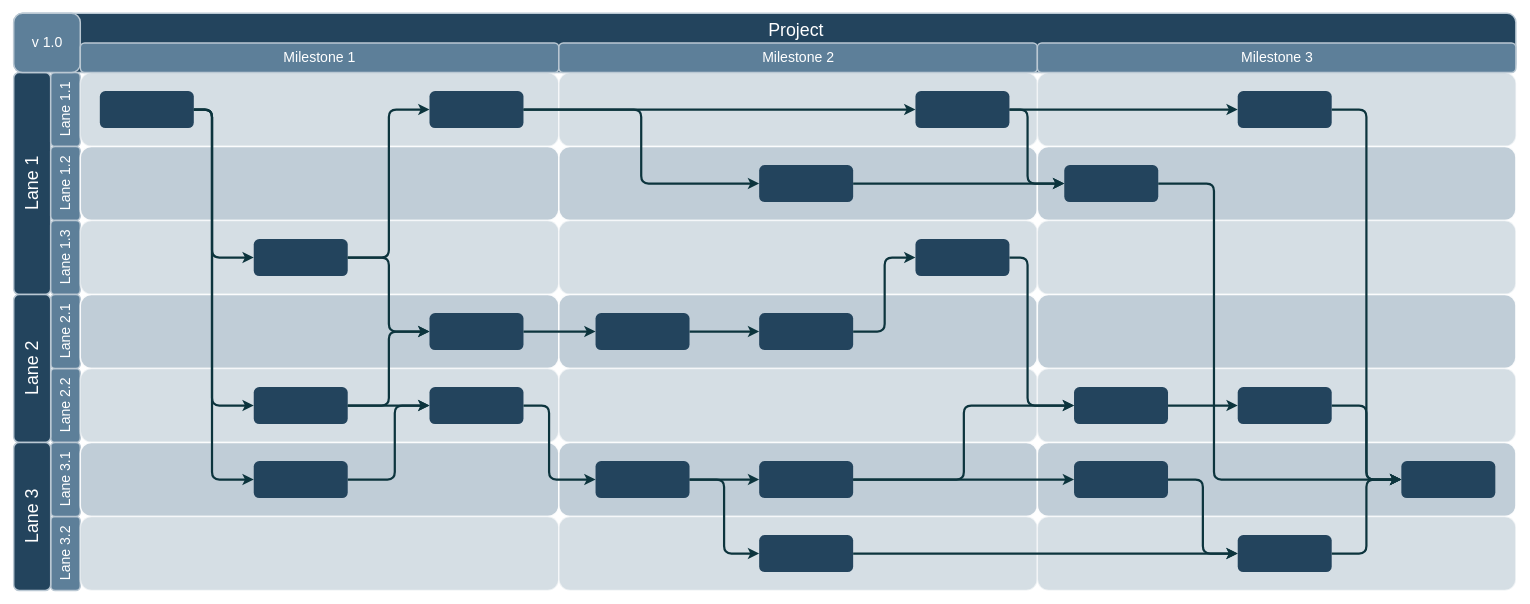
This is Untitled Diagram.drawio from aamccormack/diagram, a draw.io file, before an edit. Source tidied: cells renumbered, new cells numbered last; positions are measured from the earlier drawing's top-left corner, leaving out a move shared by most shapes. Both pictures are drawn from the tidied source at 74%, with x=0, y=0 at pixel (13, 13).
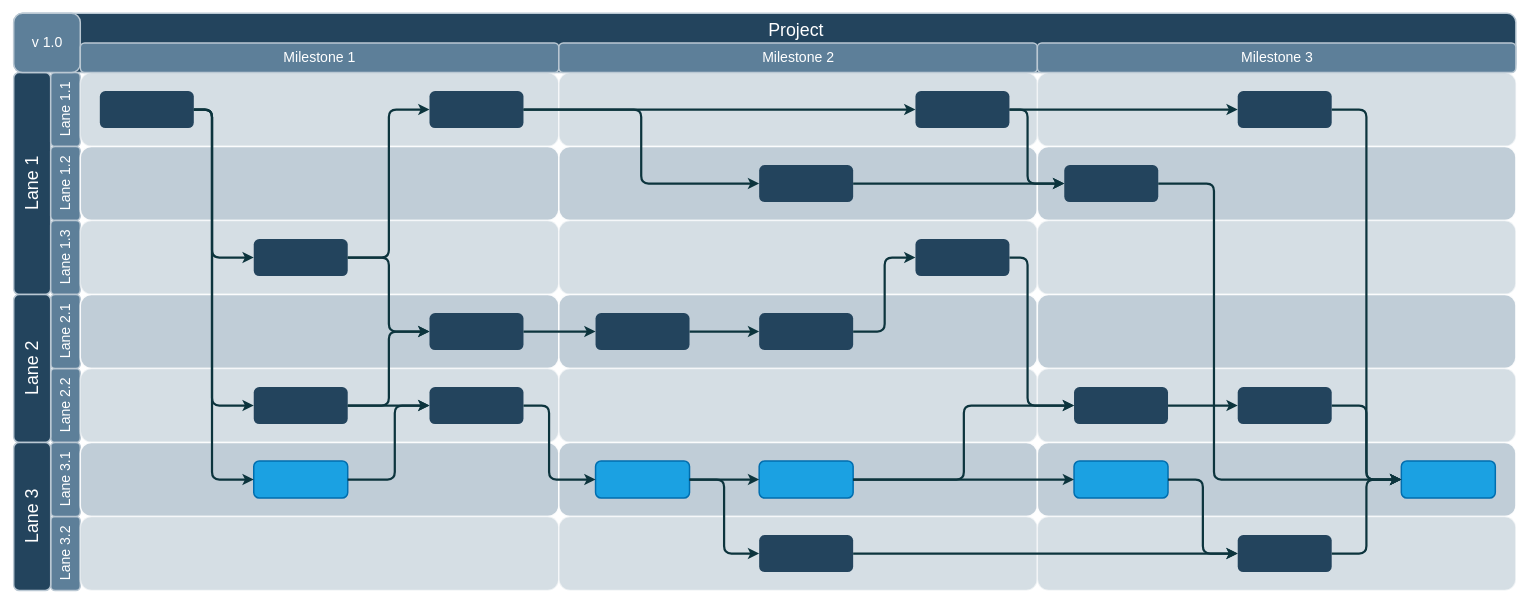
After the change.

Commit message:
colour_shift

Diff of the diagram source:
```diff
@@
-    <mxCell id="41" style="rounded=1;fillColor=#23445D;strokeColor=none;strokeWidth=2;fontFamily=Helvetica;html=1;gradientColor=none;" parent="1" vertex="1">
+    <mxCell id="41" style="rounded=1;fillColor=#1ba1e2;strokeColor=#006EAF;strokeWidth=2;fontFamily=Helvetica;html=1;fontColor=#ffffff;" parent="1" vertex="1">
       <mxGeometry x="324.4" y="605.5" width="127" height="50" as="geometry" />
     </mxCell>
@@
-    <mxCell id="45" style="rounded=1;fillColor=#23445D;strokeColor=none;strokeWidth=2;gradientColor=none;fontFamily=Helvetica;html=1;" parent="1" vertex="1">
+    <mxCell id="45" style="rounded=1;fillColor=#1ba1e2;strokeColor=#006EAF;strokeWidth=2;fontFamily=Helvetica;html=1;fontColor=#ffffff;" parent="1" vertex="1">
       <mxGeometry x="1875.2" y="605.5" width="127" height="50" as="geometry" />
     </mxCell>
@@
-    <mxCell id="48" style="rounded=1;fillColor=#23445D;strokeColor=none;strokeWidth=2;fontFamily=Helvetica;html=1;gradientColor=none;" parent="1" vertex="1">
+    <mxCell id="48" style="rounded=1;fillColor=#1ba1e2;strokeColor=#006EAF;strokeWidth=2;fontFamily=Helvetica;html=1;fontColor=#ffffff;" parent="1" vertex="1">
       <mxGeometry x="786.3" y="605.5" width="127" height="50" as="geometry" />
     </mxCell>
-    <mxCell id="49" style="rounded=1;fillColor=#23445D;strokeColor=none;strokeWidth=2;fontFamily=Helvetica;html=1;gradientColor=none;" parent="1" vertex="1">
+    <mxCell id="49" style="rounded=1;fillColor=#1ba1e2;strokeColor=#006EAF;strokeWidth=2;fontFamily=Helvetica;html=1;fontColor=#ffffff;" parent="1" vertex="1">
       <mxGeometry x="1007.4" y="605.5" width="127" height="50" as="geometry" />
     </mxCell>
@@
-    <mxCell id="55" style="rounded=1;fillColor=#23445D;strokeColor=none;strokeWidth=2;gradientColor=none;fontFamily=Helvetica;html=1;" parent="1" vertex="1">
+    <mxCell id="55" style="rounded=1;fillColor=#1ba1e2;strokeColor=#006EAF;strokeWidth=2;fontFamily=Helvetica;html=1;fontColor=#ffffff;" parent="1" vertex="1">
       <mxGeometry x="1432.9" y="605.5" width="127" height="50" as="geometry" />
     </mxCell>
```
